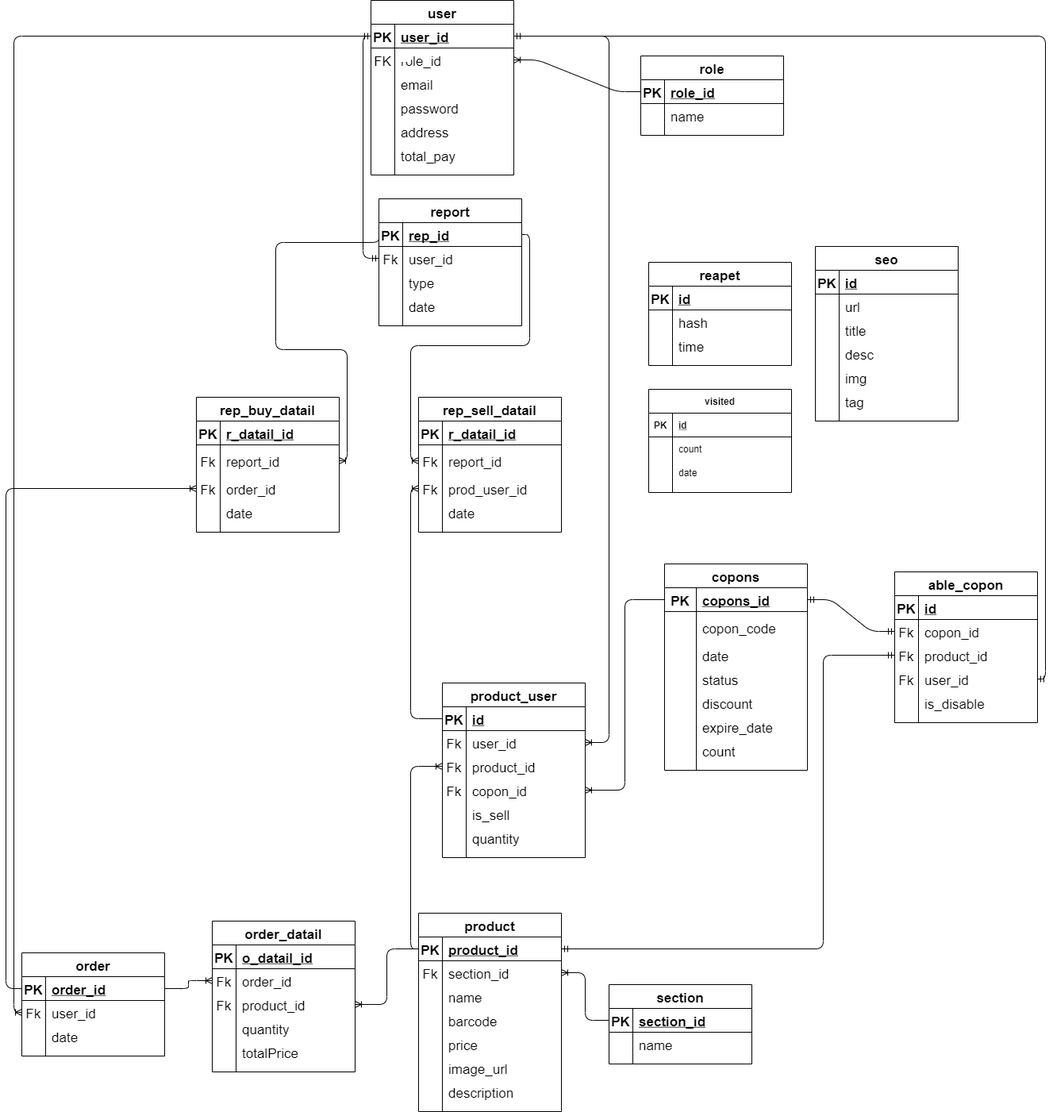
Above: ecommerce.png in fadel-hasan/e-commerce (draw.io), before the change. Source tidied: cells renumbered, new cells last; positions are measured from the earlier drawing's top-left corner, leaving out a move shared by most shapes.
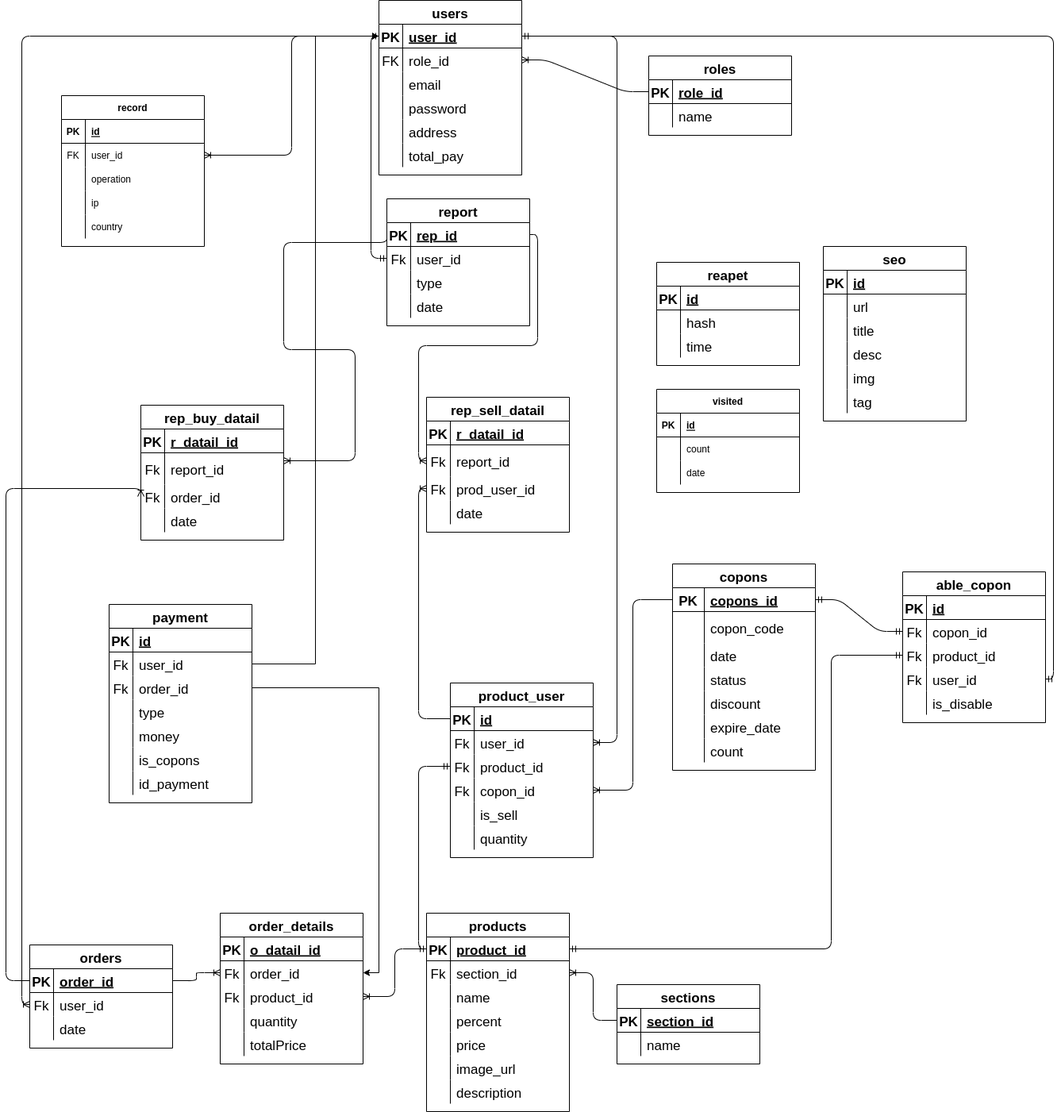
The same diagram one commit later.

What changed in the source:
```diff
@@ -2,7 +2,7 @@
   <root>
     <mxCell id="0" />
     <mxCell id="1" parent="0" />
-    <mxCell id="2" value="user" style="shape=table;startSize=30;rowLines=0;fontStyle=1;align=center;fontSize=17;strokeWidth=1;" parent="1" vertex="1">
+    <mxCell id="2" value="users" style="shape=table;startSize=30;rowLines=0;fontStyle=1;align=center;fontSize=17;strokeWidth=1;" parent="1" vertex="1">
       <mxGeometry x="460" width="180" height="220" as="geometry" />
     </mxCell>
     <mxCell id="3" style="shape=partialRectangle;fillColor=none;top=0;left=0;bottom=1;right=0;points=[[0,0.5],[1,0.5]];portConstraint=eastwest;fontSize=17;strokeWidth=1;" parent="2" vertex="1">
@@ -59,7 +59,7 @@
     <mxCell id="20" value="total_pay" style="shape=partialRectangle;fillColor=none;top=0;left=0;bottom=0;right=0;align=left;spacingLeft=6;overflow=hidden;fontSize=17;strokeWidth=1;" parent="18" vertex="1">
       <mxGeometry x="30" width="150" height="30" as="geometry" />
     </mxCell>
-    <mxCell id="21" value="role" style="shape=table;startSize=30;rowLines=0;fontStyle=1;align=center;fontSize=17;strokeWidth=1;" parent="1" vertex="1">
+    <mxCell id="21" value="roles" style="shape=table;startSize=30;rowLines=0;fontStyle=1;align=center;fontSize=17;strokeWidth=1;" parent="1" vertex="1">
       <mxGeometry x="800" y="70" width="180" height="100" as="geometry" />
     </mxCell>
     <mxCell id="22" style="shape=partialRectangle;fillColor=none;top=0;left=0;bottom=1;right=0;points=[[0,0.5],[1,0.5]];portConstraint=eastwest;fontSize=17;strokeWidth=1;" parent="21" vertex="1">
@@ -80,7 +80,7 @@
     <mxCell id="27" value="name" style="shape=partialRectangle;fillColor=none;top=0;left=0;bottom=0;right=0;align=left;spacingLeft=6;overflow=hidden;fontSize=17;strokeWidth=1;" parent="25" vertex="1">
       <mxGeometry x="30" width="150" height="30" as="geometry" />
     </mxCell>
-    <mxCell id="28" value="product" style="shape=table;startSize=30;rowLines=0;fontStyle=1;align=center;fontSize=17;strokeWidth=1;" parent="1" vertex="1">
+    <mxCell id="28" value="products" style="shape=table;startSize=30;rowLines=0;fontStyle=1;align=center;fontSize=17;strokeWidth=1;" parent="1" vertex="1">
       <mxGeometry x="520" y="1150" width="180" height="250" as="geometry" />
     </mxCell>
     <mxCell id="29" style="shape=partialRectangle;fillColor=none;top=0;left=0;bottom=1;right=0;points=[[0,0.5],[1,0.5]];portConstraint=eastwest;fontSize=17;strokeWidth=1;" parent="28" vertex="1">
@@ -116,7 +116,7 @@
     <mxCell id="39" style="shape=partialRectangle;fillColor=none;top=0;left=0;bottom=0;right=0;overflow=hidden;fontSize=17;strokeWidth=1;" parent="38" vertex="1">
       <mxGeometry width="30" height="30" as="geometry" />
     </mxCell>
-    <mxCell id="40" value="barcode" style="shape=partialRectangle;fillColor=none;top=0;left=0;bottom=0;right=0;align=left;spacingLeft=6;overflow=hidden;fontSize=17;strokeWidth=1;" parent="38" vertex="1">
+    <mxCell id="40" value="percent" style="shape=partialRectangle;fillColor=none;top=0;left=0;bottom=0;right=0;align=left;spacingLeft=6;overflow=hidden;fontSize=17;strokeWidth=1;" parent="38" vertex="1">
       <mxGeometry x="30" width="150" height="30" as="geometry" />
     </mxCell>
     <mxCell id="41" style="shape=partialRectangle;fillColor=none;top=0;left=0;bottom=0;right=0;fontSize=17;strokeWidth=1;" parent="28" vertex="1">
@@ -146,7 +146,7 @@
     <mxCell id="49" value="description" style="shape=partialRectangle;fillColor=none;top=0;left=0;bottom=0;right=0;align=left;spacingLeft=6;overflow=hidden;fontSize=17;strokeWidth=1;" parent="47" vertex="1">
       <mxGeometry x="30" width="150" height="30" as="geometry" />
     </mxCell>
-    <mxCell id="50" value="section" style="shape=table;startSize=30;rowLines=0;fontStyle=1;align=center;fontSize=17;strokeWidth=1;" parent="1" vertex="1">
+    <mxCell id="50" value="sections" style="shape=table;startSize=30;rowLines=0;fontStyle=1;align=center;fontSize=17;strokeWidth=1;" parent="1" vertex="1">
       <mxGeometry x="760" y="1240" width="180" height="100" as="geometry" />
     </mxCell>
     <mxCell id="51" style="shape=partialRectangle;fillColor=none;top=0;left=0;bottom=1;right=0;points=[[0,0.5],[1,0.5]];portConstraint=eastwest;fontSize=17;strokeWidth=1;" parent="50" vertex="1">
@@ -170,8 +170,8 @@
     <mxCell id="57" style="edgeStyle=entityRelationEdgeStyle;fontSize=17;html=1;endArrow=ERoneToMany;exitX=0;exitY=0.5;exitDx=0;exitDy=0;entryX=1;entryY=0.5;entryDx=0;entryDy=0;strokeWidth=1;" parent="1" edge="1" source="51" target="32">
       <mxGeometry relative="1" as="geometry" />
     </mxCell>
-    <mxCell id="58" value="order" style="shape=table;startSize=30;rowLines=0;fontStyle=1;align=center;fontSize=17;strokeWidth=1;" parent="1" vertex="1">
-      <mxGeometry x="20" y="1200" width="180" height="130" as="geometry" />
+    <mxCell id="58" value="orders" style="shape=table;startSize=30;rowLines=0;fontStyle=1;align=center;fontSize=17;strokeWidth=1;" parent="1" vertex="1">
+      <mxGeometry x="20" y="1190" width="180" height="130" as="geometry" />
     </mxCell>
     <mxCell id="59" style="shape=partialRectangle;fillColor=none;top=0;left=0;bottom=1;right=0;points=[[0,0.5],[1,0.5]];portConstraint=eastwest;fontSize=17;strokeWidth=1;" parent="58" vertex="1">
       <mxGeometry y="30" width="180" height="30" as="geometry" />
@@ -201,7 +201,7 @@
       <mxGeometry x="30" width="150" height="30" as="geometry" />
     </mxCell>
     <mxCell id="68" value="rep_buy_datail" style="shape=table;startSize=30;rowLines=0;fontStyle=1;align=center;fontSize=17;strokeWidth=1;" parent="1" vertex="1">
-      <mxGeometry x="240" y="500" width="180" height="170" as="geometry" />
+      <mxGeometry x="160" y="510" width="180" height="170" as="geometry" />
     </mxCell>
     <mxCell id="69" style="shape=partialRectangle;fillColor=none;top=0;left=0;bottom=1;right=0;fontSize=17;strokeWidth=1;" parent="68" vertex="1">
       <mxGeometry y="30" width="180" height="30" as="geometry" />
@@ -308,8 +308,8 @@
     <mxCell id="103" style="edgeStyle=orthogonalEdgeStyle;fontSize=17;html=1;endArrow=ERoneToMany;exitX=0;exitY=0.5;exitDx=0;exitDy=0;entryX=0;entryY=0.5;entryDx=0;entryDy=0;strokeWidth=1;" parent="1" edge="1" source="3" target="62">
       <mxGeometry relative="1" as="geometry" />
     </mxCell>
-    <mxCell id="104" value="order_datail" style="shape=table;startSize=30;rowLines=0;fontStyle=1;align=center;fontSize=17;strokeWidth=1;" parent="1" vertex="1">
-      <mxGeometry x="260" y="1160" width="180" height="190" as="geometry" />
+    <mxCell id="104" value="order_details" style="shape=table;startSize=30;rowLines=0;fontStyle=1;align=center;fontSize=17;strokeWidth=1;" parent="1" vertex="1">
+      <mxGeometry x="260" y="1150" width="180" height="190" as="geometry" />
     </mxCell>
     <mxCell id="105" style="shape=partialRectangle;fillColor=none;top=0;left=0;bottom=1;right=0;fontSize=17;strokeWidth=1;" parent="104" vertex="1">
       <mxGeometry y="30" width="180" height="30" as="geometry" />
@@ -605,14 +605,11 @@
     <mxCell id="198" style="edgeStyle=entityRelationEdgeStyle;fontSize=17;html=1;endArrow=ERoneToMany;exitX=1;exitY=0.5;exitDx=0;exitDy=0;strokeWidth=1;" parent="1" edge="1" source="3" target="183">
       <mxGeometry relative="1" as="geometry" />
     </mxCell>
-    <mxCell id="199" style="edgeStyle=orthogonalEdgeStyle;fontSize=17;html=1;endArrow=ERoneToMany;exitX=0;exitY=0.5;exitDx=0;exitDy=0;entryX=0;entryY=0.5;entryDx=0;entryDy=0;strokeWidth=1;" parent="1" edge="1" source="29" target="186">
-      <mxGeometry relative="1" as="geometry" />
-    </mxCell>
-    <mxCell id="200" style="edgeStyle=orthogonalEdgeStyle;fontSize=17;html=1;endArrow=ERoneToMany;exitX=0;exitY=0.5;exitDx=0;exitDy=0;entryX=0;entryY=0.5;entryDx=0;entryDy=0;strokeWidth=1;" parent="1" edge="1" source="59" target="75">
+    <mxCell id="200" style="edgeStyle=orthogonalEdgeStyle;fontSize=17;html=1;endArrow=ERoneToMany;entryX=0;entryY=0.5;entryDx=0;entryDy=0;strokeWidth=1;exitX=0;exitY=0.5;exitDx=0;exitDy=0;" parent="1" edge="1" source="59" target="75">
       <mxGeometry relative="1" as="geometry">
         <Array as="points">
-          <mxPoint y="1245" />
-          <mxPoint y="615" />
+          <mxPoint x="-10" y="1235" />
+          <mxPoint x="-10" y="615" />
         </Array>
       </mxGeometry>
     </mxCell>
@@ -715,5 +712,131 @@
     <mxCell id="233" value="date" style="shape=partialRectangle;fillColor=none;top=0;left=0;bottom=0;right=0;align=left;spacingLeft=6;overflow=hidden;" parent="231" vertex="1">
       <mxGeometry x="30" width="150" height="30" as="geometry" />
     </mxCell>
+    <mxCell id="199" style="fontSize=12;html=1;endArrow=ERmandOne;startArrow=ERmandOne;exitX=0;exitY=0.5;exitDx=0;exitDy=0;entryX=0;entryY=0.5;entryDx=0;entryDy=0;edgeStyle=orthogonalEdgeStyle;" parent="1" edge="1" source="29" target="186">
+      <mxGeometry relative="1" as="geometry" />
+    </mxCell>
+    <mxCell id="234" value="record" style="shape=table;startSize=30;rowLines=0;fontStyle=1;align=center;" parent="1" vertex="1">
+      <mxGeometry x="60" y="120" width="180" height="190" as="geometry" />
+    </mxCell>
+    <mxCell id="235" style="shape=partialRectangle;fillColor=none;top=0;left=0;bottom=1;right=0;" parent="234" vertex="1">
+      <mxGeometry y="30" width="180" height="30" as="geometry" />
+    </mxCell>
+    <mxCell id="236" value="PK" style="shape=partialRectangle;fillColor=none;top=0;left=0;bottom=0;right=0;fontStyle=1;overflow=hidden;" parent="235" vertex="1">
+      <mxGeometry width="30" height="30" as="geometry" />
+    </mxCell>
+    <mxCell id="237" value="id" style="shape=partialRectangle;fillColor=none;top=0;left=0;bottom=0;right=0;align=left;spacingLeft=6;fontStyle=5;overflow=hidden;" parent="235" vertex="1">
+      <mxGeometry x="30" width="150" height="30" as="geometry" />
+    </mxCell>
+    <mxCell id="238" style="shape=partialRectangle;fillColor=none;top=0;left=0;bottom=0;right=0;points=[[0,0.5],[1,0.5]];portConstraint=eastwest;" parent="234" vertex="1">
+      <mxGeometry y="60" width="180" height="30" as="geometry" />
+    </mxCell>
+    <mxCell id="239" value="FK" style="shape=partialRectangle;fillColor=none;top=0;left=0;bottom=0;right=0;overflow=hidden;" parent="238" vertex="1">
+      <mxGeometry width="30" height="30" as="geometry" />
+    </mxCell>
+    <mxCell id="240" value="user_id" style="shape=partialRectangle;fillColor=none;top=0;left=0;bottom=0;right=0;align=left;spacingLeft=6;overflow=hidden;" parent="238" vertex="1">
+      <mxGeometry x="30" width="150" height="30" as="geometry" />
+    </mxCell>
+    <mxCell id="241" style="shape=partialRectangle;fillColor=none;top=0;left=0;bottom=0;right=0;" parent="234" vertex="1">
+      <mxGeometry y="90" width="180" height="30" as="geometry" />
+    </mxCell>
+    <mxCell id="242" style="shape=partialRectangle;fillColor=none;top=0;left=0;bottom=0;right=0;overflow=hidden;" parent="241" vertex="1">
+      <mxGeometry width="30" height="30" as="geometry" />
+    </mxCell>
+    <mxCell id="243" value="operation" style="shape=partialRectangle;fillColor=none;top=0;left=0;bottom=0;right=0;align=left;spacingLeft=6;overflow=hidden;" parent="241" vertex="1">
+      <mxGeometry x="30" width="150" height="30" as="geometry" />
+    </mxCell>
+    <mxCell id="244" style="shape=partialRectangle;fillColor=none;top=0;left=0;bottom=0;right=0;" parent="234" vertex="1">
+      <mxGeometry y="120" width="180" height="30" as="geometry" />
+    </mxCell>
+    <mxCell id="245" style="shape=partialRectangle;fillColor=none;top=0;left=0;bottom=0;right=0;overflow=hidden;" parent="244" vertex="1">
+      <mxGeometry width="30" height="30" as="geometry" />
+    </mxCell>
+    <mxCell id="246" value="ip" style="shape=partialRectangle;fillColor=none;top=0;left=0;bottom=0;right=0;align=left;spacingLeft=6;overflow=hidden;" parent="244" vertex="1">
+      <mxGeometry x="30" width="150" height="30" as="geometry" />
+    </mxCell>
+    <mxCell id="247" style="shape=partialRectangle;fillColor=none;top=0;left=0;bottom=0;right=0;" parent="234" vertex="1">
+      <mxGeometry y="150" width="180" height="30" as="geometry" />
+    </mxCell>
+    <mxCell id="248" style="shape=partialRectangle;fillColor=none;top=0;left=0;bottom=0;right=0;overflow=hidden;" parent="247" vertex="1">
+      <mxGeometry width="30" height="30" as="geometry" />
+    </mxCell>
+    <mxCell id="249" value="country" style="shape=partialRectangle;fillColor=none;top=0;left=0;bottom=0;right=0;align=left;spacingLeft=6;overflow=hidden;" parent="247" vertex="1">
+      <mxGeometry x="30" width="150" height="30" as="geometry" />
+    </mxCell>
+    <mxCell id="250" style="edgeStyle=orthogonalEdgeStyle;fontSize=12;html=1;endArrow=ERoneToMany;exitX=0;exitY=0.5;exitDx=0;exitDy=0;entryX=1;entryY=0.5;entryDx=0;entryDy=0;" parent="1" edge="1" source="3" target="238">
+      <mxGeometry relative="1" as="geometry" />
+    </mxCell>
+    <mxCell id="251" value="payment" style="shape=table;startSize=30;rowLines=0;fontStyle=1;align=center;fontSize=17;strokeWidth=1;" parent="1" vertex="1">
+      <mxGeometry x="120" y="761" width="180" height="250" as="geometry" />
+    </mxCell>
+    <mxCell id="252" style="shape=partialRectangle;fillColor=none;top=0;left=0;bottom=1;right=0;fontSize=17;strokeWidth=1;" parent="251" vertex="1">
+      <mxGeometry y="30" width="180" height="30" as="geometry" />
+    </mxCell>
+    <mxCell id="253" value="PK" style="shape=partialRectangle;fillColor=none;top=0;left=0;bottom=0;right=0;fontStyle=1;overflow=hidden;fontSize=17;strokeWidth=1;" parent="252" vertex="1">
+      <mxGeometry width="30" height="30" as="geometry" />
+    </mxCell>
+    <mxCell id="254" value="id" style="shape=partialRectangle;fillColor=none;top=0;left=0;bottom=0;right=0;align=left;spacingLeft=6;fontStyle=5;overflow=hidden;fontSize=17;strokeWidth=1;" parent="252" vertex="1">
+      <mxGeometry x="30" width="150" height="30" as="geometry" />
+    </mxCell>
+    <mxCell id="255" style="shape=partialRectangle;fillColor=none;top=0;left=0;bottom=0;right=0;points=[[0,0.5],[1,0.5]];portConstraint=eastwest;fontSize=17;strokeWidth=1;" parent="251" vertex="1">
+      <mxGeometry y="60" width="180" height="30" as="geometry" />
+    </mxCell>
+    <mxCell id="256" value="Fk" style="shape=partialRectangle;fillColor=none;top=0;left=0;bottom=0;right=0;overflow=hidden;fontSize=17;strokeWidth=1;" parent="255" vertex="1">
+      <mxGeometry width="30" height="30" as="geometry" />
+    </mxCell>
+    <mxCell id="257" value="user_id" style="shape=partialRectangle;fillColor=none;top=0;left=0;bottom=0;right=0;align=left;spacingLeft=6;overflow=hidden;fontSize=17;strokeWidth=1;" parent="255" vertex="1">
+      <mxGeometry x="30" width="150" height="30" as="geometry" />
+    </mxCell>
+    <mxCell id="258" style="shape=partialRectangle;fillColor=none;top=0;left=0;bottom=0;right=0;points=[[0,0.5],[1,0.5]];portConstraint=eastwest;fontSize=17;strokeWidth=1;" parent="251" vertex="1">
+      <mxGeometry y="90" width="180" height="30" as="geometry" />
+    </mxCell>
+    <mxCell id="259" value="Fk" style="shape=partialRectangle;fillColor=none;top=0;left=0;bottom=0;right=0;overflow=hidden;fontSize=17;strokeWidth=1;" parent="258" vertex="1">
+      <mxGeometry width="30" height="30" as="geometry" />
+    </mxCell>
+    <mxCell id="260" value="order_id" style="shape=partialRectangle;fillColor=none;top=0;left=0;bottom=0;right=0;align=left;spacingLeft=6;overflow=hidden;fontSize=17;strokeWidth=1;" parent="258" vertex="1">
+      <mxGeometry x="30" width="150" height="30" as="geometry" />
+    </mxCell>
+    <mxCell id="261" style="shape=partialRectangle;fillColor=none;top=0;left=0;bottom=0;right=0;fontSize=17;strokeWidth=1;" parent="251" vertex="1">
+      <mxGeometry y="120" width="180" height="30" as="geometry" />
+    </mxCell>
+    <mxCell id="262" style="shape=partialRectangle;fillColor=none;top=0;left=0;bottom=0;right=0;overflow=hidden;fontSize=17;strokeWidth=1;" parent="261" vertex="1">
+      <mxGeometry width="30" height="30" as="geometry" />
+    </mxCell>
+    <mxCell id="263" value="type" style="shape=partialRectangle;fillColor=none;top=0;left=0;bottom=0;right=0;align=left;spacingLeft=6;overflow=hidden;fontSize=17;strokeWidth=1;" parent="261" vertex="1">
+      <mxGeometry x="30" width="150" height="30" as="geometry" />
+    </mxCell>
+    <mxCell id="264" style="shape=partialRectangle;fillColor=none;top=0;left=0;bottom=0;right=0;fontSize=17;strokeWidth=1;" parent="251" vertex="1">
+      <mxGeometry y="150" width="180" height="30" as="geometry" />
+    </mxCell>
+    <mxCell id="265" style="shape=partialRectangle;fillColor=none;top=0;left=0;bottom=0;right=0;overflow=hidden;fontSize=17;strokeWidth=1;" parent="264" vertex="1">
+      <mxGeometry width="30" height="30" as="geometry" />
+    </mxCell>
+    <mxCell id="266" value="money" style="shape=partialRectangle;fillColor=none;top=0;left=0;bottom=0;right=0;align=left;spacingLeft=6;overflow=hidden;fontSize=17;strokeWidth=1;" parent="264" vertex="1">
+      <mxGeometry x="30" width="150" height="30" as="geometry" />
+    </mxCell>
+    <mxCell id="267" style="shape=partialRectangle;fillColor=none;top=0;left=0;bottom=0;right=0;fontSize=17;strokeWidth=1;" parent="251" vertex="1">
+      <mxGeometry y="180" width="180" height="30" as="geometry" />
+    </mxCell>
+    <mxCell id="268" style="shape=partialRectangle;fillColor=none;top=0;left=0;bottom=0;right=0;overflow=hidden;fontSize=17;strokeWidth=1;" parent="267" vertex="1">
+      <mxGeometry width="30" height="30" as="geometry" />
+    </mxCell>
+    <mxCell id="269" value="is_copons" style="shape=partialRectangle;fillColor=none;top=0;left=0;bottom=0;right=0;align=left;spacingLeft=6;overflow=hidden;fontSize=17;strokeWidth=1;" parent="267" vertex="1">
+      <mxGeometry x="30" width="150" height="30" as="geometry" />
+    </mxCell>
+    <mxCell id="270" style="shape=partialRectangle;fillColor=none;top=0;left=0;bottom=0;right=0;fontSize=17;strokeWidth=1;" parent="251" vertex="1">
+      <mxGeometry y="210" width="180" height="30" as="geometry" />
+    </mxCell>
+    <mxCell id="271" style="shape=partialRectangle;fillColor=none;top=0;left=0;bottom=0;right=0;overflow=hidden;fontSize=17;strokeWidth=1;" parent="270" vertex="1">
+      <mxGeometry width="30" height="30" as="geometry" />
+    </mxCell>
+    <mxCell id="272" value="id_payment" style="shape=partialRectangle;fillColor=none;top=0;left=0;bottom=0;right=0;align=left;spacingLeft=6;overflow=hidden;fontSize=17;strokeWidth=1;" parent="270" vertex="1">
+      <mxGeometry x="30" width="150" height="30" as="geometry" />
+    </mxCell>
+    <mxCell id="273" style="edgeStyle=orthogonalEdgeStyle;rounded=0;jettySize=auto;html=1;" parent="1" edge="1" source="255" target="3">
+      <mxGeometry relative="1" as="geometry" />
+    </mxCell>
+    <mxCell id="274" style="edgeStyle=orthogonalEdgeStyle;rounded=0;jettySize=auto;html=1;entryX=1;entryY=0.5;entryDx=0;entryDy=0;" parent="1" edge="1" source="258" target="108">
+      <mxGeometry relative="1" as="geometry" />
+    </mxCell>
   </root>
 </mxGraphModel>
```
